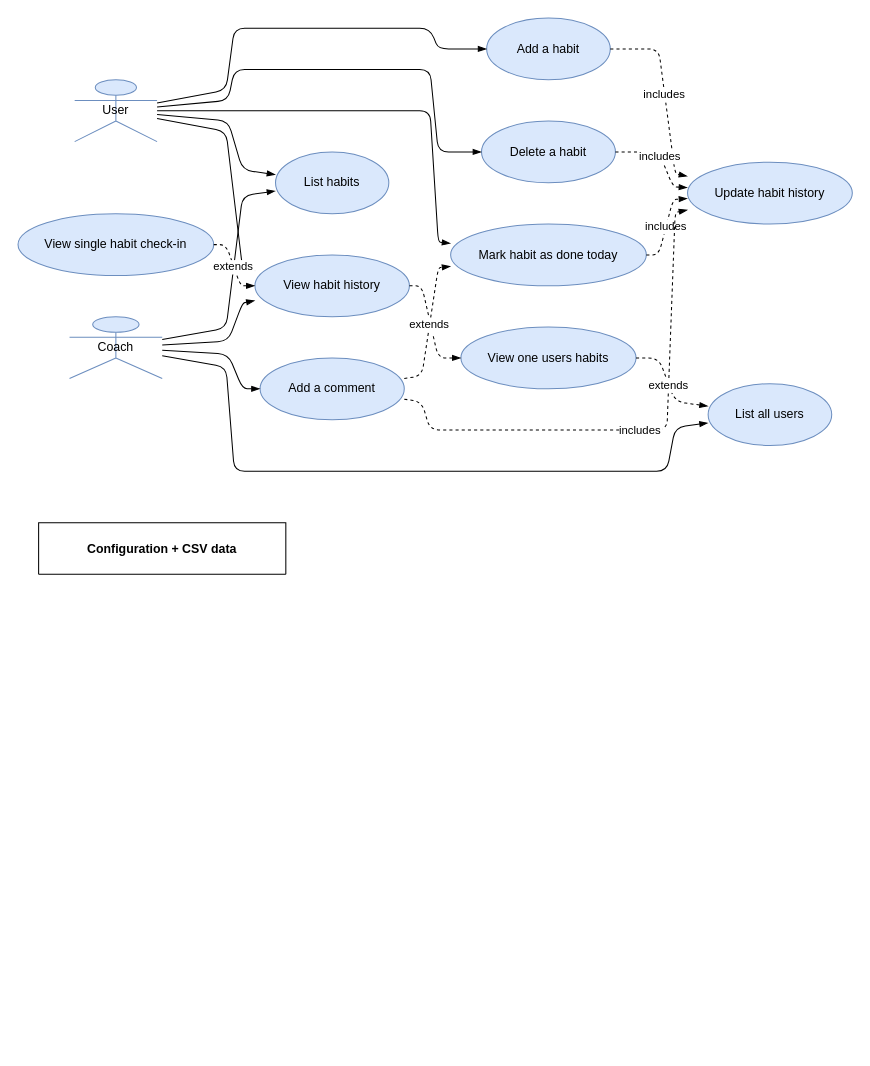
This is page "UML use case diagram" (3 of 4) of blog/CSVimport-examples.drawio from jgraph/drawio-diagrams, a draw.io file, before an edit. Source tidied: cells renumbered, new cells numbered last; positions are measured from the earlier drawing's top-left corner, leaving out a move shared by most shapes. Both pictures are drawn from the tidied source at 103%, with x=0, y=0 at pixel (18, 18).
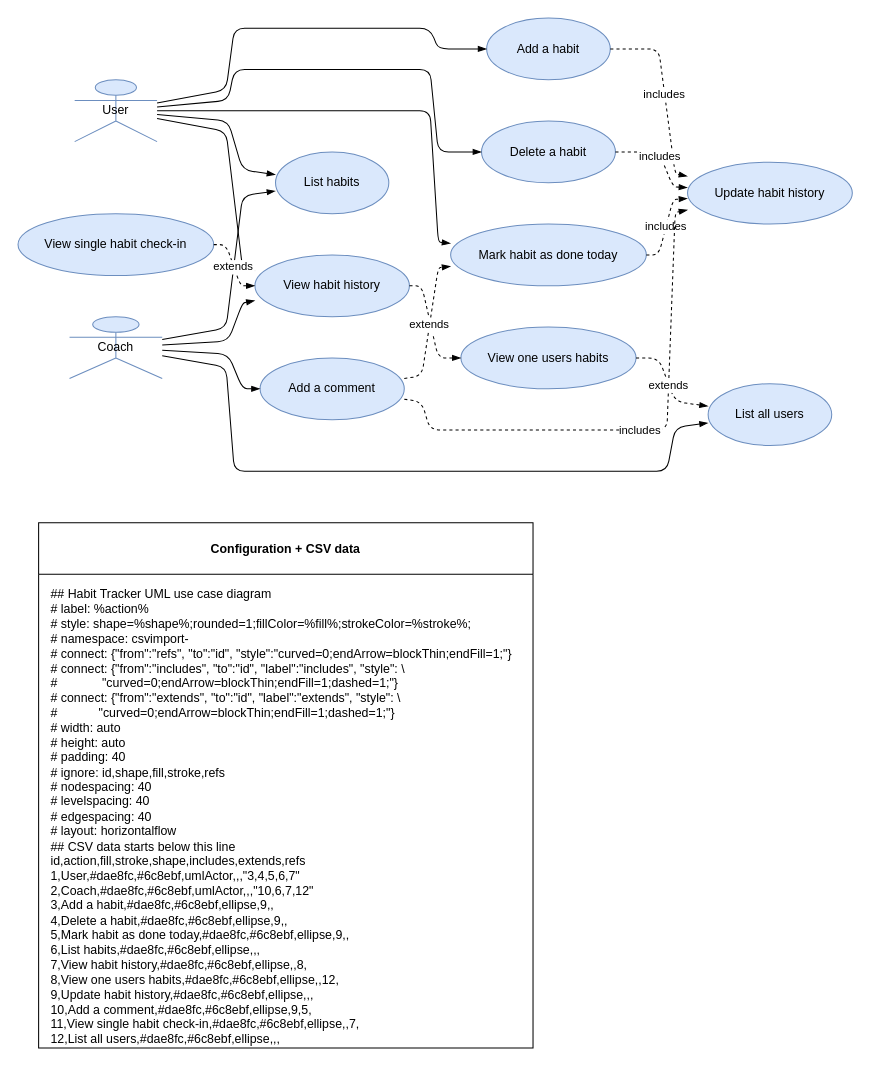
After the change.

Diff of the diagram source:
```diff
@@
-    <mxCell id="31" value="Configuration + CSV data" style="swimlane;startSize=50;" parent="1" vertex="1" collapsed="1">
-      <mxGeometry x="20" y="490" width="240" height="50" as="geometry" />
+    <mxCell id="31" value="Configuration + CSV data" style="swimlane;startSize=50;" parent="1" vertex="1">
+      <mxGeometry x="20" y="490" width="480" height="510" as="geometry" />
     </mxCell>
+    <mxCell id="32" value="&lt;div&gt;## Habit Tracker UML use case diagram&lt;/div&gt;&lt;div&gt;# label: %action%&lt;/div&gt;&lt;div&gt;# style: shape=%shape%;rounded=1;fillColor=%fill%;strokeColor=%stroke%;&lt;/div&gt;&lt;div&gt;# namespace: csvimport-&lt;/div&gt;&lt;div&gt;# connect: {&quot;from&quot;:&quot;refs&quot;, &quot;to&quot;:&quot;id&quot;, &quot;style&quot;:&quot;curved=0;endArrow=blockThin;endFill=1;&quot;}&lt;/div&gt;&lt;div&gt;# connect: {&quot;from&quot;:&quot;includes&quot;, &quot;to&quot;:&quot;id&quot;, &quot;label&quot;:&quot;includes&quot;, &quot;style&quot;: \&lt;/div&gt;&lt;div&gt;# &amp;nbsp; &amp;nbsp; &amp;nbsp; &amp;nbsp; &amp;nbsp; &amp;nbsp; &quot;curved=0;endArrow=blockThin;endFill=1;dashed=1;&quot;}&lt;/div&gt;&lt;div&gt;# connect: {&quot;from&quot;:&quot;extends&quot;, &quot;to&quot;:&quot;id&quot;, &quot;label&quot;:&quot;extends&quot;, &quot;style&quot;: \&lt;/div&gt;&lt;div&gt;# &amp;nbsp; &amp;nbsp; &amp;nbsp; &amp;nbsp; &amp;nbsp; &amp;nbsp;&quot;curved=0;endArrow=blockThin;endFill=1;dashed=1;&quot;}&lt;/div&gt;&lt;div&gt;# width: auto&lt;/div&gt;&lt;div&gt;# height: auto&lt;/div&gt;&lt;div&gt;# padding: 40&lt;/div&gt;&lt;div&gt;# ignore: id,shape,fill,stroke,refs&lt;/div&gt;&lt;div&gt;# nodespacing: 40&lt;/div&gt;&lt;div&gt;# levelspacing: 40&lt;/div&gt;&lt;div&gt;# edgespacing: 40&lt;/div&gt;&lt;div&gt;# layout: horizontalflow&lt;/div&gt;&lt;div&gt;## CSV data starts below this line&lt;/div&gt;&lt;div&gt;id,action,fill,stroke,shape,includes,extends,refs&lt;/div&gt;&lt;div&gt;1,User,#dae8fc,#6c8ebf,umlActor,,,&quot;3,4,5,6,7&quot;&lt;/div&gt;&lt;div&gt;2,Coach,#dae8fc,#6c8ebf,umlActor,,,&quot;10,6,7,12&quot;&lt;/div&gt;&lt;div&gt;3,Add a habit,#dae8fc,#6c8ebf,ellipse,9,,&lt;/div&gt;&lt;div&gt;4,Delete a habit,#dae8fc,#6c8ebf,ellipse,9,,&lt;/div&gt;&lt;div&gt;5,Mark habit as done today,#dae8fc,#6c8ebf,ellipse,9,,&lt;/div&gt;&lt;div&gt;6,List habits,#dae8fc,#6c8ebf,ellipse,,,&lt;/div&gt;&lt;div&gt;7,View habit history,#dae8fc,#6c8ebf,ellipse,,8,&lt;/div&gt;&lt;div&gt;8,View one users habits,#dae8fc,#6c8ebf,ellipse,,12,&lt;/div&gt;&lt;div&gt;9,Update habit history,#dae8fc,#6c8ebf,ellipse,,,&lt;/div&gt;&lt;div&gt;10,Add a comment,#dae8fc,#6c8ebf,ellipse,9,5,&lt;/div&gt;&lt;div&gt;11,View single habit check-in,#dae8fc,#6c8ebf,ellipse,,7,&lt;/div&gt;&lt;div&gt;12,List all users,#dae8fc,#6c8ebf,ellipse,,,&lt;/div&gt;" style="text;html=1;align=left;verticalAlign=top;spacingTop=-4;" parent="31" vertex="1">
+      <mxGeometry x="10" y="60" width="460" height="440" as="geometry" />
+    </mxCell>
```
